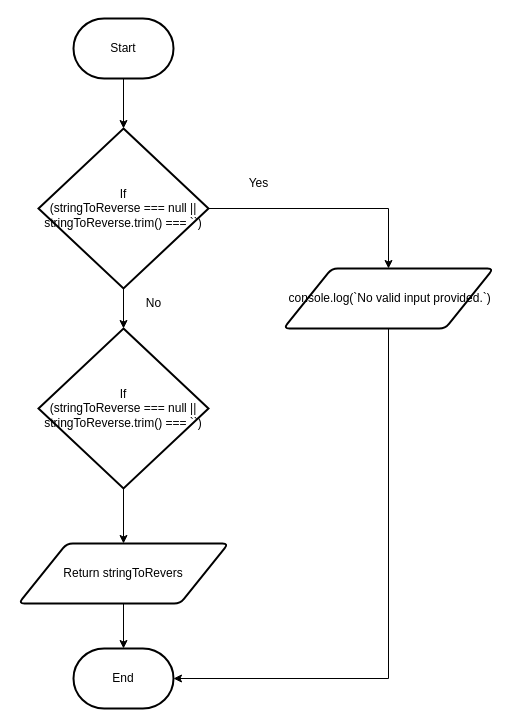
Above: 3-01/design/Flowchart.drawio in Mikael-Amare/ICS4U-Unit3 (draw.io), before the change. Source tidied: cells renumbered, new cells numbered last; positions are measured from the earlier drawing's top-left corner, leaving out a move shared by most shapes. Both pictures are drawn from the tidied source at 100%, with x=0, y=0 at pixel (18, 18).
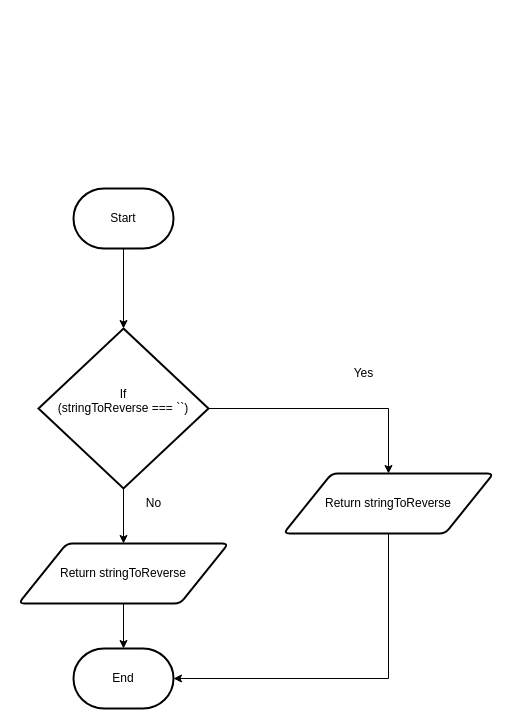
The same page after the edit.

Commit message:
did flowchart

The edit, as a diff of the source:
```diff
@@
 <mxGraphModel>
   <root>
     <mxCell id="0" />
     <mxCell id="1" parent="0" />
-    <mxCell id="2" style="edgeStyle=orthogonalEdgeStyle;rounded=0;html=1;exitX=0.5;exitY=1;exitDx=0;exitDy=0;entryX=1;entryY=0.5;entryDx=0;entryDy=0;entryPerimeter=0;" parent="1" edge="1" source="3" target="10">
+    <mxCell id="2" style="edgeStyle=orthogonalEdgeStyle;rounded=0;html=1;exitX=0.5;exitY=1;exitDx=0;exitDy=0;entryX=1;entryY=0.5;entryDx=0;entryDy=0;entryPerimeter=0;startArrow=none;" parent="1" edge="1" source="16" target="10">
       <mxGeometry relative="1" as="geometry" />
     </mxCell>
-    <mxCell id="3" value="&amp;nbsp;console.log(`No valid input provided.`)" style="shape=parallelogram;html=1;strokeWidth=2;perimeter=parallelogramPerimeter;whiteSpace=wrap;rounded=1;arcSize=12;size=0.23;" parent="1" vertex="1">
-      <mxGeometry x="265" y="250" width="210" height="60" as="geometry" />
-    </mxCell>
-    <mxCell id="4" style="edgeStyle=orthogonalEdgeStyle;rounded=0;html=1;" parent="1" edge="1" source="5" target="9">
-      <mxGeometry relative="1" as="geometry" />
-    </mxCell>
     <mxCell id="5" value="Start" style="strokeWidth=2;html=1;shape=mxgraph.flowchart.terminator;whiteSpace=wrap;" parent="1" vertex="1">
-      <mxGeometry x="55" width="100" height="60" as="geometry" />
+      <mxGeometry x="55" y="170" width="100" height="60" as="geometry" />
     </mxCell>
-    <mxCell id="6" style="edgeStyle=orthogonalEdgeStyle;html=1;exitX=1;exitY=0.5;exitDx=0;exitDy=0;exitPerimeter=0;entryX=0.5;entryY=0;entryDx=0;entryDy=0;rounded=0;" parent="1" edge="1" source="9" target="3">
-      <mxGeometry relative="1" as="geometry" />
+    <mxCell id="6" style="edgeStyle=orthogonalEdgeStyle;html=1;exitX=1;exitY=0.5;exitDx=0;exitDy=0;exitPerimeter=0;entryX=0.5;entryY=0;entryDx=0;entryDy=0;rounded=0;" parent="1" edge="1" source="13" target="16">
+      <mxGeometry relative="1" as="geometry">
+        <Array as="points">
+          <mxPoint x="370" y="390" />
+        </Array>
+      </mxGeometry>
     </mxCell>
     <mxCell id="7" style="edgeStyle=orthogonalEdgeStyle;rounded=0;html=1;exitX=0.5;exitY=1;exitDx=0;exitDy=0;exitPerimeter=0;" parent="1" edge="1" source="13" target="12">
       <mxGeometry relative="1" as="geometry" />
     </mxCell>
-    <mxCell id="8" style="edgeStyle=orthogonalEdgeStyle;rounded=0;html=1;exitX=0.5;exitY=1;exitDx=0;exitDy=0;exitPerimeter=0;entryX=0.5;entryY=0;entryDx=0;entryDy=0;entryPerimeter=0;" parent="1" edge="1" source="9" target="13">
+    <mxCell id="8" style="edgeStyle=orthogonalEdgeStyle;rounded=0;html=1;exitX=0.5;exitY=1;exitDx=0;exitDy=0;exitPerimeter=0;entryX=0.5;entryY=0;entryDx=0;entryDy=0;entryPerimeter=0;" parent="1" edge="1" source="5" target="13">
       <mxGeometry relative="1" as="geometry" />
     </mxCell>
-    <mxCell id="9" value="If&lt;br&gt;(stringToReverse === null || stringToReverse.trim() === ``)" style="strokeWidth=2;html=1;shape=mxgraph.flowchart.decision;whiteSpace=wrap;" parent="1" vertex="1">
-      <mxGeometry x="20" y="110" width="170" height="160" as="geometry" />
-    </mxCell>
     <mxCell id="10" value="End" style="strokeWidth=2;html=1;shape=mxgraph.flowchart.terminator;whiteSpace=wrap;" parent="1" vertex="1">
       <mxGeometry x="55" y="630" width="100" height="60" as="geometry" />
     </mxCell>
     <mxCell id="11" style="edgeStyle=orthogonalEdgeStyle;rounded=0;html=1;entryX=0.5;entryY=0;entryDx=0;entryDy=0;entryPerimeter=0;" parent="1" edge="1" source="12" target="10">
       <mxGeometry relative="1" as="geometry" />
     </mxCell>
-    <mxCell id="12" value="Return&amp;nbsp;stringToRevers" style="shape=parallelogram;html=1;strokeWidth=2;perimeter=parallelogramPerimeter;whiteSpace=wrap;rounded=1;arcSize=12;size=0.23;" parent="1" vertex="1">
+    <mxCell id="12" value="Return&amp;nbsp;stringToReverse" style="shape=parallelogram;html=1;strokeWidth=2;perimeter=parallelogramPerimeter;whiteSpace=wrap;rounded=1;arcSize=12;size=0.23;" parent="1" vertex="1">
       <mxGeometry y="525" width="210" height="60" as="geometry" />
     </mxCell>
-    <mxCell id="13" value="If&lt;br&gt;(stringToReverse === null || stringToReverse.trim() === ``)" style="strokeWidth=2;html=1;shape=mxgraph.flowchart.decision;whiteSpace=wrap;" parent="1" vertex="1">
+    <mxCell id="13" value="If&lt;br&gt;&lt;div&gt;(stringToReverse === ``)&lt;/div&gt;&lt;div&gt;&lt;br&gt;&lt;/div&gt;&lt;div&gt;&lt;/div&gt;" style="strokeWidth=2;html=1;shape=mxgraph.flowchart.decision;whiteSpace=wrap;" parent="1" vertex="1">
       <mxGeometry x="20" y="310" width="170" height="160" as="geometry" />
     </mxCell>
     <mxCell id="14" value="Yes" style="text;html=1;align=center;verticalAlign=middle;strokeColor=none;fillColor=none;" parent="1" vertex="1">
-      <mxGeometry x="220" y="150" width="40" height="30" as="geometry" />
+      <mxGeometry x="325" y="340" width="40" height="30" as="geometry" />
     </mxCell>
     <mxCell id="15" value="No" style="text;html=1;align=center;verticalAlign=middle;strokeColor=none;fillColor=none;" parent="1" vertex="1">
-      <mxGeometry x="115" y="270" width="40" height="30" as="geometry" />
+      <mxGeometry x="115" y="470" width="40" height="30" as="geometry" />
     </mxCell>
+    <mxCell id="16" value="Return&amp;nbsp;stringToReverse" style="shape=parallelogram;html=1;strokeWidth=2;perimeter=parallelogramPerimeter;whiteSpace=wrap;rounded=1;arcSize=12;size=0.23;" parent="1" vertex="1">
+      <mxGeometry x="265" y="455" width="210" height="60" as="geometry" />
+    </mxCell>
   </root>
 </mxGraphModel>
```
